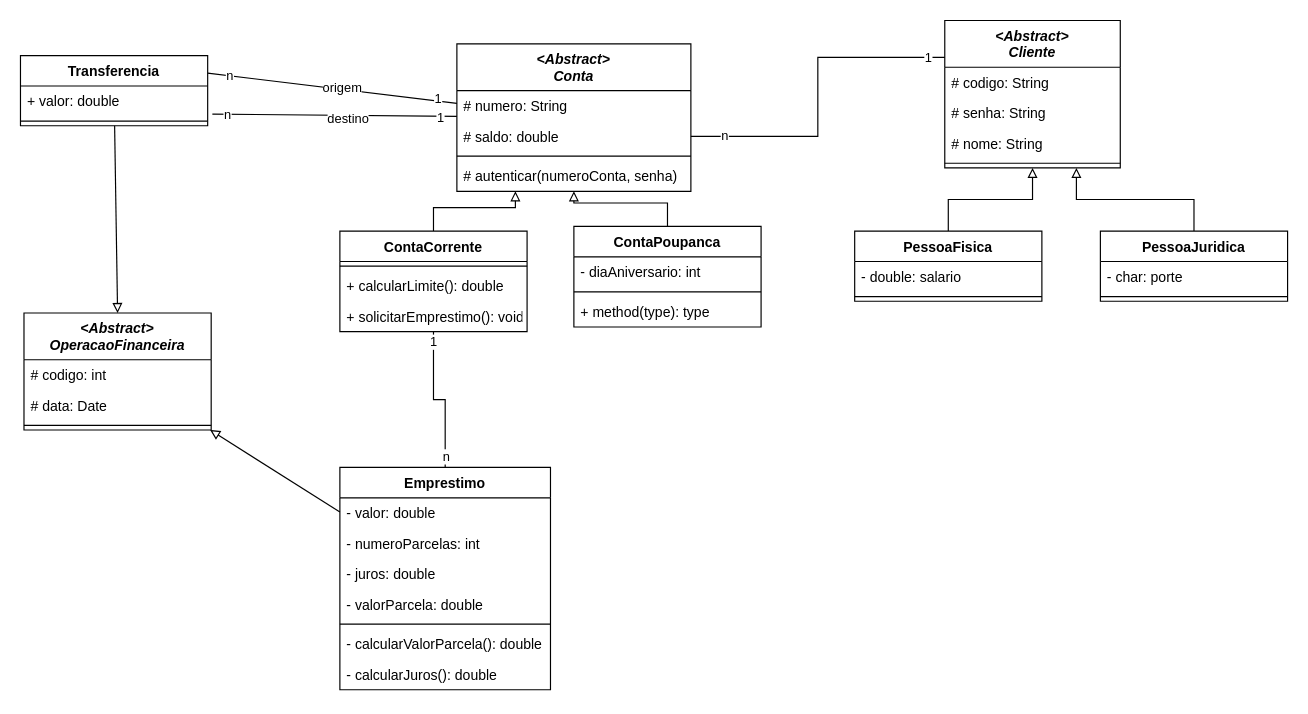
This is DiagramaClasses.drawio from helderseixas/2020-1-POO-EstudoCaso, a draw.io file, before an edit. Source tidied: cells renumbered, new cells numbered last; positions are measured from the earlier drawing's top-left corner, leaving out a move shared by most shapes. Both pictures are drawn from the tidied source at 117%, with x=0, y=0 at pixel (20, 20).
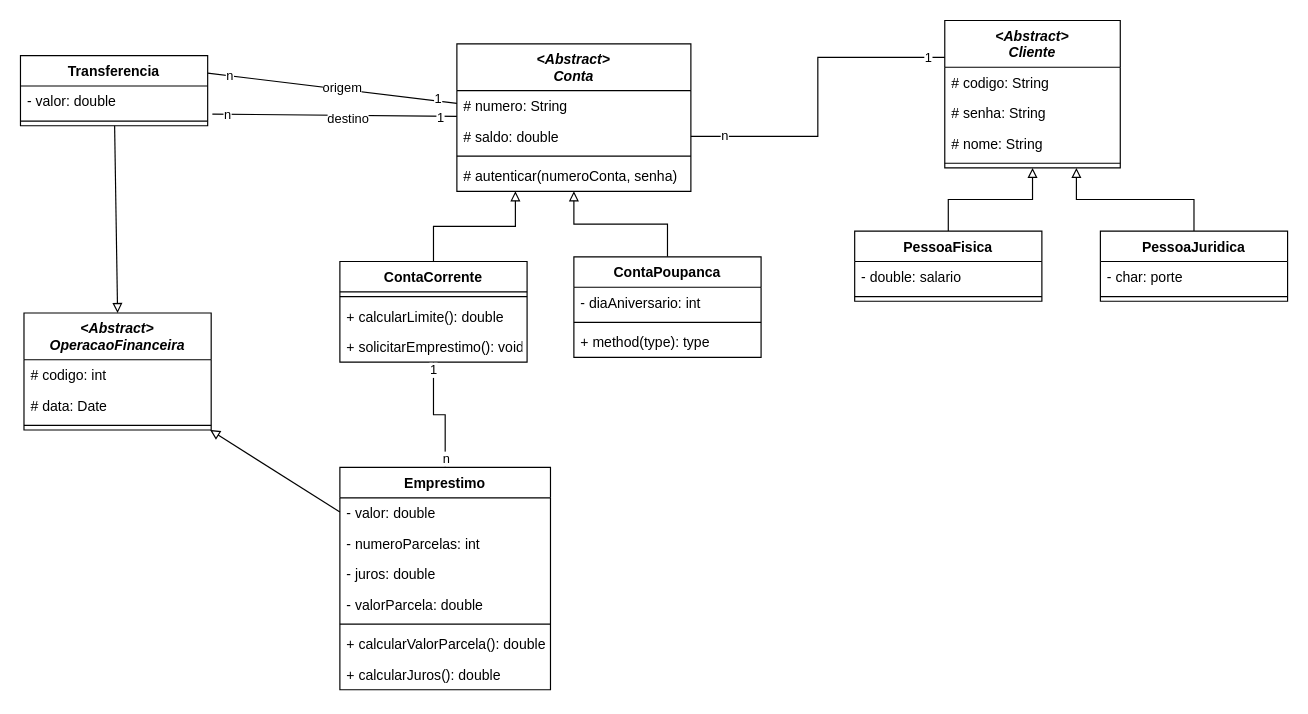
The same diagram, later.

Commit message:
Ajuste no diagrama de classes.

Unchanged cells that the change refers to:
```xml
<mxCell id="37" value="Emprestimo" style="swimlane;fontStyle=1;align=center;verticalAlign=top;horizontal=1;startSize=26;" parent="1" vertex="1">
  <mxGeometry x="273" y="382" width="180" height="190" as="geometry" />
</mxCell>
<mxCell id="54" value="Transferencia" style="swimlane;fontStyle=1;align=center;verticalAlign=top;horizontal=1;startSize=26;" parent="1" vertex="1">
  <mxGeometry y="30" width="160" height="60" as="geometry" />
</mxCell>
```

The edit, as a diff of the source:
```diff
@@
     <mxCell id="21" value="ContaCorrente" style="swimlane;fontStyle=1;align=center;verticalAlign=top;horizontal=1;startSize=26;" parent="1" vertex="1">
-      <mxGeometry x="273" y="180" width="160" height="86" as="geometry" />
+      <mxGeometry x="273" y="206" width="160" height="86" as="geometry" />
     </mxCell>
@@
     <mxCell id="26" value="ContaPoupanca" style="swimlane;fontStyle=1;align=center;verticalAlign=top;horizontal=1;startSize=26;" parent="1" vertex="1">
-      <mxGeometry x="473" y="176" width="160" height="86" as="geometry" />
+      <mxGeometry x="473" y="202" width="160" height="86" as="geometry" />
     </mxCell>
@@
-    <mxCell id="43" value="- calcularValorParcela(): double" style="text;strokeColor=none;fillColor=none;align=left;verticalAlign=top;spacingLeft=4;spacingRight=4;overflow=hidden;" parent="37" vertex="1">
+    <mxCell id="43" value="+ calcularValorParcela(): double" style="text;strokeColor=none;fillColor=none;align=left;verticalAlign=top;spacingLeft=4;spacingRight=4;overflow=hidden;" parent="37" vertex="1">
       <mxGeometry y="138" width="180" height="26" as="geometry" />
     </mxCell>
-    <mxCell id="44" value="- calcularJuros(): double" style="text;strokeColor=none;fillColor=none;align=left;verticalAlign=top;spacingLeft=4;spacingRight=4;overflow=hidden;" parent="37" vertex="1">
+    <mxCell id="44" value="+ calcularJuros(): double" style="text;strokeColor=none;fillColor=none;align=left;verticalAlign=top;spacingLeft=4;spacingRight=4;overflow=hidden;" parent="37" vertex="1">
       <mxGeometry y="164" width="180" height="26" as="geometry" />
     </mxCell>
@@
-    <mxCell id="55" value="+ valor: double" style="text;strokeColor=none;fillColor=none;align=left;verticalAlign=top;spacingLeft=4;spacingRight=4;overflow=hidden;points=[[0,0.5],[1,0.5]];portConstraint=eastwest;" parent="54" vertex="1">
+    <mxCell id="55" value="- valor: double" style="text;strokeColor=none;fillColor=none;align=left;verticalAlign=top;spacingLeft=4;spacingRight=4;overflow=hidden;points=[[0,0.5],[1,0.5]];portConstraint=eastwest;" parent="54" vertex="1">
       <mxGeometry y="26" width="160" height="26" as="geometry" />
     </mxCell>
```
